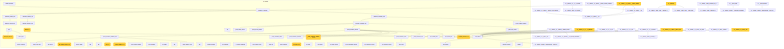
This is project/flow.png from pyfunc/taskfile, a Mermaid export, as it was before one commit. Its source is kept beside it as project/flow.mmd. Its diagram source:
```mermaid
flowchart TD
    subgraph src_taskfile
        src__taskfile__parser__find_taskfile["find_taskfile"]
        src__taskfile__parser__load_taskfile["load_taskfile"]
        src__taskfile__parser__validate_taskfile("validate_taskfile CC=12")
        src__taskfile__compose__load_env_file("load_env_file CC=9")
        src__taskfile__compose__resolve_variables["resolve_variables"]
        src__taskfile__compose__resolve_dict["resolve_dict"]
        src__taskfile__compose__ComposeFile____init__["__init__"]
        src__taskfile__compose__ComposeFile__get_service["get_service"]
        src__get_traefik_labels("get_traefik_labels CC=10")
        src__taskfile__compose__ComposeFile__service_names["service_names"]
        src__taskfile__cirunner__PipelineError____init__["__init__"]
        src__taskfile__cirunner__PipelineRunner____init__["__init__"]
        src__taskfile__cirunner__PipelineRunner__run("run CC=8")
        src___resolve_stages("_resolve_stages CC=10")
        src___print_pipeline_header["_print_pipeline_header"]
        src___print_summary["_print_summary"]
        src__list_stages["list_stages"]
        src__taskfile__cirunner__StageResult____init__["__init__"]
        src__taskfile__scaffold__generate_taskfile["generate_taskfile"]
        src__taskfile__runner__TaskRunError____init__["__init__"]
        src__taskfile__runner__TaskfileRunner____init__("__init__ CC=10")
        src__expand_variables["expand_variables"]
        src__taskfile__runner__TaskfileRunner__run_command["run_command"]
        src___is_remote_command["_is_remote_command"]
        src___strip_remote_prefix["_strip_remote_prefix"]
        src__taskfile__runner__TaskfileRunner___wrap_ssh["_wrap_ssh"]
        src__check_condition["check_condition"]
        src__taskfile__runner__TaskfileRunner__run_task("run_task CC=13")
        src__taskfile__runner__TaskfileRunner__run["run"]
        src__taskfile__runner__TaskfileRunner__list_tasks["list_tasks"]
        src___list_header["_list_header"]
        src___list_tasks_section["_list_tasks_section"]
        src___list_environments_section["_list_environments_section"]
        src___list_platforms_section["_list_platforms_section"]
        src___list_variables_section["_list_variables_section"]
        src__taskfile__quadlet___parse_port["_parse_port"]
        src__taskfile__quadlet___parse_memory_limit["_parse_memory_limit"]
        src__taskfile__quadlet___parse_cpus_limit["_parse_cpus_limit"]
        src__taskfile__quadlet___build_unit_section["_build_unit_section"]
        src__taskfile__quadlet___build_container_env["_build_container_env"]
        src__taskfile__quadlet___build_container_ports["_build_container_ports"]
        src__taskfile__quadlet___build_container_volumes("_build_container_volumes CC=9")
        src__taskfile__quadlet___build_container_networks["_build_container_networks"]
        src__taskfile__quadlet___build_container_labels["_build_container_labels"]
        src___build_container_podman_args["_build_container_podman_args"]
        src__taskfile__quadlet___build_container_section["_build_container_section"]
        src__taskfile__quadlet___build_service_section["_build_service_section"]
        src__taskfile__quadlet___build_install_section["_build_install_section"]
        src__taskfile__quadlet__generate_container_unit["generate_container_unit"]
        src__taskfile__quadlet__generate_network_unit["generate_network_unit"]
        src__taskfile__quadlet__generate_volume_unit["generate_volume_unit"]
        src__taskfile__quadlet___collect_named_volumes["_collect_named_volumes"]
        src__taskfile__quadlet___generate_network_file["_generate_network_file"]
        src__taskfile__quadlet___generate_container_files["_generate_container_files"]
        src__taskfile__quadlet___generate_volume_files["_generate_volume_files"]
        src__taskfile__quadlet__compose_to_quadlet["compose_to_quadlet"]
        src__taskfile__cli__quadlet__quadlet["quadlet"]
        src__taskfile__cli__quadlet__quadlet_generate["quadlet_generate"]
        src__taskfile__cli__quadlet___get_upload_env["_get_upload_env"]
        src__taskfile__cli__quadlet___get_upload_files["_get_upload_files"]
    end
    src__taskfile__parser__load_taskfile --> src__taskfile__models__TaskfileConfig__from_dict
    src__taskfile__parser__load_taskfile --> src__taskfile__parser__find_taskfile
    src__taskfile__compose__resolve_dict --> src__taskfile__compose__resolve_variables
    src__taskfile__compose__ComposeFile____init__ --> src__taskfile__compose__resolve_dict
    src__taskfile__compose__ComposeFile____init__ --> src__taskfile__compose__load_env_file
    src__taskfile__runner__TaskfileRunner____init__ --> src__taskfile__parser__load_taskfile
    src__taskfile__runner__TaskfileRunner__run --> src__taskfile__parser__validate_taskfile
    src__taskfile__quadlet___build_container_ports --> src__taskfile__quadlet___parse_port
    src___build_container_podman_args --> src__taskfile__quadlet___parse_memory_limit
    src___build_container_podman_args --> src__taskfile__quadlet___parse_cpus_limit
    src__taskfile__quadlet___build_container_section --> src__taskfile__quadlet___build_container_env
    src__taskfile__quadlet___build_container_section --> src__taskfile__quadlet___build_container_ports
    src__taskfile__quadlet___build_container_section --> src__taskfile__quadlet___build_container_volumes
    src__taskfile__quadlet___build_container_section --> src__taskfile__quadlet___build_container_networks
    src__taskfile__quadlet___build_container_section --> src__taskfile__quadlet___build_container_labels
    src__taskfile__quadlet___build_container_section --> src___build_container_podman_args
    src__taskfile__quadlet__generate_container_unit --> src__taskfile__quadlet___build_unit_section
    src__taskfile__quadlet__generate_container_unit --> src__taskfile__quadlet___build_container_section
    src__taskfile__quadlet__generate_container_unit --> src__taskfile__quadlet___build_service_section
    src__taskfile__quadlet__generate_container_unit --> src__taskfile__quadlet___build_install_section
    src__taskfile__quadlet___generate_network_file --> src__taskfile__quadlet__generate_network_unit
    src__taskfile__quadlet___generate_container_files --> src__taskfile__quadlet___collect_named_volumes
    src__taskfile__quadlet___generate_container_files --> src__taskfile__quadlet__generate_container_unit
    src__taskfile__quadlet___generate_volume_files --> src__taskfile__quadlet__generate_volume_unit
    src__taskfile__quadlet__compose_to_quadlet --> src__taskfile__quadlet___generate_container_files
    src__taskfile__quadlet__compose_to_quadlet --> src__taskfile__quadlet___generate_network_file
    src__taskfile__quadlet__compose_to_quadlet --> src__taskfile__quadlet___generate_volume_files
    src__taskfile__cli__quadlet__quadlet_generate --> src__taskfile__quadlet__compose_to_quadlet
    src__taskfile__cli__quadlet__quadlet_upload --> src__taskfile__parser__load_taskfile
    src__taskfile__cli__quadlet__quadlet_upload --> src__taskfile__cli__quadlet___get_upload_env
    src__taskfile__cli__quadlet__quadlet_upload --> src__taskfile__cli__quadlet___get_upload_files
    src__taskfile__cli__quadlet__quadlet_upload --> src__taskfile__cli__quadlet___run_upload_commands
    src__taskfile__cli__ci__ci_generate --> src__taskfile__parser__load_taskfile
    src__taskfile__cli__ci__ci_run --> src__taskfile__parser__load_taskfile
    src__taskfile__cli__ci__ci_list --> src__taskfile__parser__load_taskfile
    src__taskfile__cli__ci__ci_preview --> src__taskfile__parser__load_taskfile
    src__taskfile__cli__ci__ci_preview --> src__taskfile__cigen__preview_ci
    src__taskfile__cli__ci__ci_targets --> src__taskfile__cigen__list_targets
    src__taskfile__cli__deploy___ssh --> src__taskfile__cli__deploy___run
    src__taskfile__cli__deploy___deploy_local_compose --> src__taskfile__cli__deploy___run
    src__taskfile__cli__deploy___deploy_remote_compose --> src__taskfile__cli__deploy___ssh
    src__taskfile__cli__deploy___deploy_quadlet --> src__taskfile__cli__deploy___ssh
    src__taskfile__cli__deploy___deploy_quadlet --> src__taskfile__quadlet__compose_to_quadlet
    src__taskfile__cli__deploy___deploy_quadlet --> src__taskfile__cli__deploy___run
    src__taskfile__cli__deploy__deploy_cmd --> src__taskfile__parser__load_taskfile
    src__generate --> src__taskfile__cigen__base___yaml_dump
    src__taskfile__cli__main__list_tasks --> src__taskfile__parser__load_taskfile
    src__taskfile__cli__main__init --> src__taskfile__scaffold__generate_taskfile
    src__taskfile__cli__main__validate --> src__taskfile__parser__load_taskfile
    src__taskfile__cli__main__validate --> src__taskfile__parser__validate_taskfile
    src__taskfile__cli__main__info --> src__taskfile__parser__load_taskfile
    src__generate --> src__taskfile__cigen__base___sanitize_id
    src__taskfile__cigen__generate_all_ci --> src__taskfile__cigen__generate_ci
    src___parse_tasks --> src__taskfile__models___normalize_commands
    src___parse_pipeline --> src__taskfile__models__PipelineConfig__from_dict

    classDef highCC fill:#ff6b6b,stroke:#c92a2a,color:#fff
    classDef medCC fill:#ffd43b,stroke:#f08c00,color:#000
    class src__taskfile__parser__validate_taskfile,src__taskfile__compose__load_env_file,src__get_traefik_labels,src__taskfile__cirunner__PipelineRunner__run,src___resolve_stages,src__taskfile__runner__TaskfileRunner____init__,src__taskfile__runner__TaskfileRunner__run_task,src__taskfile__quadlet___build_container_volumes,src__taskfile__cli__ci__ci_generate,src__taskfile__cli__deploy___deploy_quadlet,src__taskfile__cli__deploy__deploy_cmd,src__generate,src__taskfile__cli__main__info,src__generate,src__generate medCC
```
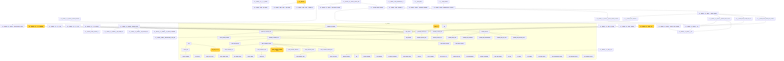
Later version of the same file.

What changed in the source:
```diff
@@ -2,39 +2,21 @@
     subgraph src_taskfile
         src__taskfile__parser__find_taskfile["find_taskfile"]
         src__taskfile__parser__load_taskfile["load_taskfile"]
-        src__taskfile__parser__validate_taskfile("validate_taskfile CC=12")
+        src__taskfile__parser___validate_tasks_exist["_validate_tasks_exist"]
+        src__taskfile__parser___validate_task_commands["_validate_task_commands"]
+        src__taskfile__parser___validate_task_dependencies["_validate_task_dependencies"]
+        src__taskfile__parser___validate_task_env_filter["_validate_task_env_filter"]
+        src___validate_task_platform_filter["_validate_task_platform_filter"]
+        src__taskfile__parser__validate_taskfile["validate_taskfile"]
         src__taskfile__compose__load_env_file("load_env_file CC=9")
         src__taskfile__compose__resolve_variables["resolve_variables"]
         src__taskfile__compose__resolve_dict["resolve_dict"]
         src__taskfile__compose__ComposeFile____init__["__init__"]
         src__taskfile__compose__ComposeFile__get_service["get_service"]
-        src__get_traefik_labels("get_traefik_labels CC=10")
+        src___labels_list_to_dict["_labels_list_to_dict"]
+        src___filter_traefik_labels["_filter_traefik_labels"]
+        src__get_traefik_labels["get_traefik_labels"]
         src__taskfile__compose__ComposeFile__service_names["service_names"]
-        src__taskfile__cirunner__PipelineError____init__["__init__"]
-        src__taskfile__cirunner__PipelineRunner____init__["__init__"]
-        src__taskfile__cirunner__PipelineRunner__run("run CC=8")
-        src___resolve_stages("_resolve_stages CC=10")
-        src___print_pipeline_header["_print_pipeline_header"]
-        src___print_summary["_print_summary"]
-        src__list_stages["list_stages"]
-        src__taskfile__cirunner__StageResult____init__["__init__"]
-        src__taskfile__scaffold__generate_taskfile["generate_taskfile"]
-        src__taskfile__runner__TaskRunError____init__["__init__"]
-        src__taskfile__runner__TaskfileRunner____init__("__init__ CC=10")
-        src__expand_variables["expand_variables"]
-        src__taskfile__runner__TaskfileRunner__run_command["run_command"]
-        src___is_remote_command["_is_remote_command"]
-        src___strip_remote_prefix["_strip_remote_prefix"]
-        src__taskfile__runner__TaskfileRunner___wrap_ssh["_wrap_ssh"]
-        src__check_condition["check_condition"]
-        src__taskfile__runner__TaskfileRunner__run_task("run_task CC=13")
-        src__taskfile__runner__TaskfileRunner__run["run"]
-        src__taskfile__runner__TaskfileRunner__list_tasks["list_tasks"]
-        src___list_header["_list_header"]
-        src___list_tasks_section["_list_tasks_section"]
-        src___list_environments_section["_list_environments_section"]
-        src___list_platforms_section["_list_platforms_section"]
-        src___list_variables_section["_list_variables_section"]
         src__taskfile__quadlet___parse_port["_parse_port"]
         src__taskfile__quadlet___parse_memory_limit["_parse_memory_limit"]
         src__taskfile__quadlet___parse_cpus_limit["_parse_cpus_limit"]
@@ -56,18 +38,39 @@
         src__taskfile__quadlet___generate_container_files["_generate_container_files"]
         src__taskfile__quadlet___generate_volume_files["_generate_volume_files"]
         src__taskfile__quadlet__compose_to_quadlet["compose_to_quadlet"]
-        src__taskfile__cli__quadlet__quadlet["quadlet"]
-        src__taskfile__cli__quadlet__quadlet_generate["quadlet_generate"]
-        src__taskfile__cli__quadlet___get_upload_env["_get_upload_env"]
-        src__taskfile__cli__quadlet___get_upload_files["_get_upload_files"]
+        src__taskfile__scaffold__generate_taskfile["generate_taskfile"]
+        src__taskfile__runner__TaskRunError____init__["__init__"]
+        src__taskfile__runner__TaskfileRunner____init__("__init__ CC=10")
+        src__expand_variables["expand_variables"]
+        src__taskfile__runner__TaskfileRunner__run_command["run_command"]
+        src___is_remote_command["_is_remote_command"]
+        src___strip_remote_prefix["_strip_remote_prefix"]
+        src__taskfile__runner__TaskfileRunner___wrap_ssh["_wrap_ssh"]
+        src__check_condition["check_condition"]
+        src___get_task_or_fail["_get_task_or_fail"]
+        src___should_skip_task["_should_skip_task"]
+        src___run_dependencies["_run_dependencies"]
+        src___execute_commands["_execute_commands"]
+        src___print_task_header["_print_task_header"]
+        src__taskfile__runner__TaskfileRunner__run_task["run_task"]
+        src__taskfile__runner__TaskfileRunner__run["run"]
+        src__taskfile__runner__TaskfileRunner__list_tasks["list_tasks"]
+        src___list_header["_list_header"]
+        src___list_tasks_section["_list_tasks_section"]
+        src___list_environments_section["_list_environments_section"]
+        src___list_platforms_section["_list_platforms_section"]
+        src___list_variables_section["_list_variables_section"]
     end
     src__taskfile__parser__load_taskfile --> src__taskfile__models__TaskfileConfig__from_dict
     src__taskfile__parser__load_taskfile --> src__taskfile__parser__find_taskfile
+    src__taskfile__parser__validate_taskfile --> src__taskfile__parser___validate_tasks_exist
+    src__taskfile__parser__validate_taskfile --> src__taskfile__parser___validate_task_commands
+    src__taskfile__parser__validate_taskfile --> src__taskfile__parser___validate_task_dependencies
+    src__taskfile__parser__validate_taskfile --> src__taskfile__parser___validate_task_env_filter
+    src__taskfile__parser__validate_taskfile --> src___validate_task_platform_filter
     src__taskfile__compose__resolve_dict --> src__taskfile__compose__resolve_variables
     src__taskfile__compose__ComposeFile____init__ --> src__taskfile__compose__resolve_dict
     src__taskfile__compose__ComposeFile____init__ --> src__taskfile__compose__load_env_file
-    src__taskfile__runner__TaskfileRunner____init__ --> src__taskfile__parser__load_taskfile
-    src__taskfile__runner__TaskfileRunner__run --> src__taskfile__parser__validate_taskfile
     src__taskfile__quadlet___build_container_ports --> src__taskfile__quadlet___parse_port
     src___build_container_podman_args --> src__taskfile__quadlet___parse_memory_limit
     src___build_container_podman_args --> src__taskfile__quadlet___parse_cpus_limit
@@ -88,24 +91,38 @@
     src__taskfile__quadlet__compose_to_quadlet --> src__taskfile__quadlet___generate_container_files
     src__taskfile__quadlet__compose_to_quadlet --> src__taskfile__quadlet___generate_network_file
     src__taskfile__quadlet__compose_to_quadlet --> src__taskfile__quadlet___generate_volume_files
-    src__taskfile__cli__quadlet__quadlet_generate --> src__taskfile__quadlet__compose_to_quadlet
-    src__taskfile__cli__quadlet__quadlet_upload --> src__taskfile__parser__load_taskfile
-    src__taskfile__cli__quadlet__quadlet_upload --> src__taskfile__cli__quadlet___get_upload_env
-    src__taskfile__cli__quadlet__quadlet_upload --> src__taskfile__cli__quadlet___get_upload_files
-    src__taskfile__cli__quadlet__quadlet_upload --> src__taskfile__cli__quadlet___run_upload_commands
+    src__taskfile__runner__TaskfileRunner____init__ --> src__taskfile__parser__load_taskfile
+    src__taskfile__runner__TaskfileRunner__run --> src__taskfile__parser__validate_taskfile
     src__taskfile__cli__ci__ci_generate --> src__taskfile__parser__load_taskfile
     src__taskfile__cli__ci__ci_run --> src__taskfile__parser__load_taskfile
     src__taskfile__cli__ci__ci_list --> src__taskfile__parser__load_taskfile
     src__taskfile__cli__ci__ci_preview --> src__taskfile__parser__load_taskfile
     src__taskfile__cli__ci__ci_preview --> src__taskfile__cigen__preview_ci
     src__taskfile__cli__ci__ci_targets --> src__taskfile__cigen__list_targets
+    src__taskfile__cli__quadlet__quadlet_generate --> src__taskfile__quadlet__compose_to_quadlet
+    src__taskfile__cli__quadlet__quadlet_upload --> src__taskfile__parser__load_taskfile
+    src__taskfile__cli__quadlet__quadlet_upload --> src__taskfile__cli__quadlet___get_upload_env
+    src__taskfile__cli__quadlet__quadlet_upload --> src__taskfile__cli__quadlet___get_upload_files
+    src__taskfile__cli__quadlet__quadlet_upload --> src__taskfile__cli__quadlet___run_upload_commands
     src__taskfile__cli__deploy___ssh --> src__taskfile__cli__deploy___run
     src__taskfile__cli__deploy___deploy_local_compose --> src__taskfile__cli__deploy___run
     src__taskfile__cli__deploy___deploy_remote_compose --> src__taskfile__cli__deploy___ssh
-    src__taskfile__cli__deploy___deploy_quadlet --> src__taskfile__cli__deploy___ssh
-    src__taskfile__cli__deploy___deploy_quadlet --> src__taskfile__quadlet__compose_to_quadlet
-    src__taskfile__cli__deploy___deploy_quadlet --> src__taskfile__cli__deploy___run
-    src__taskfile__cli__deploy__deploy_cmd --> src__taskfile__parser__load_taskfile
+    src___quadlet_step1_generate --> src__taskfile__quadlet__compose_to_quadlet
+    src__taskfile__cli__deploy___quadlet_step2_upload --> src__taskfile__cli__deploy___ssh
+    src__taskfile__cli__deploy___quadlet_step2_upload --> src__taskfile__cli__deploy___run
+    src___quadlet_step3_reload_and_pull --> src__taskfile__cli__deploy___ssh
+    src___quadlet_step4_restart_and_cleanup --> src__taskfile__cli__deploy___ssh
+    src__taskfile__cli__deploy___deploy_quadlet --> src___quadlet_step1_generate
+    src__taskfile__cli__deploy___deploy_quadlet --> src__taskfile__cli__deploy___quadlet_step2_upload
+    src__taskfile__cli__deploy___deploy_quadlet --> src___quadlet_step3_reload_and_pull
+    src__taskfile__cli__deploy___deploy_quadlet --> src___quadlet_step4_restart_and_cleanup
+    src__taskfile__cli__deploy___resolve_deploy_config --> src__taskfile__parser__load_taskfile
+    src___execute_deploy_strategy --> src__taskfile__cli__deploy___deploy_local_compose
+    src___execute_deploy_strategy --> src__taskfile__cli__deploy___deploy_remote_compose
+    src___execute_deploy_strategy --> src__taskfile__cli__deploy___deploy_quadlet
+    src__taskfile__cli__deploy__deploy_cmd --> src__taskfile__cli__deploy___resolve_deploy_config
+    src__taskfile__cli__deploy__deploy_cmd --> src__taskfile__cli__deploy___print_deploy_header
+    src__taskfile__cli__deploy__deploy_cmd --> src___execute_deploy_strategy
     src__generate --> src__taskfile__cigen__base___yaml_dump
     src__taskfile__cli__main__list_tasks --> src__taskfile__parser__load_taskfile
     src__taskfile__cli__main__init --> src__taskfile__scaffold__generate_taskfile
@@ -119,4 +136,4 @@
 
     classDef highCC fill:#ff6b6b,stroke:#c92a2a,color:#fff
     classDef medCC fill:#ffd43b,stroke:#f08c00,color:#000
-    class src__taskfile__parser__validate_taskfile,src__taskfile__compose__load_env_file,src__get_traefik_labels,src__taskfile__cirunner__PipelineRunner__run,src___resolve_stages,src__taskfile__runner__TaskfileRunner____init__,src__taskfile__runner__TaskfileRunner__run_task,src__taskfile__quadlet___build_container_volumes,src__taskfile__cli__ci__ci_generate,src__taskfile__cli__deploy___deploy_quadlet,src__taskfile__cli__deploy__deploy_cmd,src__generate,src__taskfile__cli__main__info,src__generate,src__generate medCC
+    class src__taskfile__compose__load_env_file,src__taskfile__quadlet___build_container_volumes,src__taskfile__runner__TaskfileRunner____init__,src__taskfile__cirunner__PipelineRunner__run,src__taskfile__cli__ci__ci_generate,src__taskfile__cli__main__info,src__generate medCC
```
